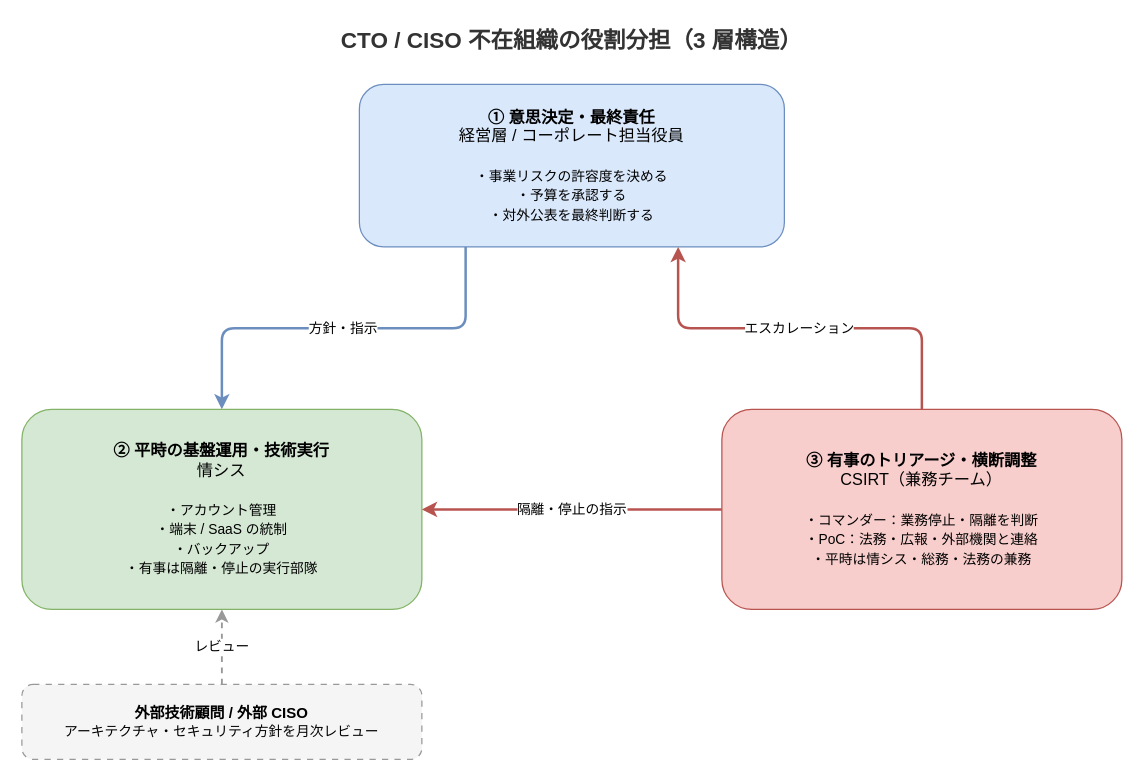
The draw.io diagram static/images/cto-absent-security-governance-layers.drawio in hdknr/blogs, before the edit. Source tidied: cells renumbered, new cells numbered last; positions are measured from the earlier drawing's top-left corner, leaving out a move shared by most shapes. Both pictures are drawn from the tidied source at 125%, with x=0, y=0 at pixel (21, 21).
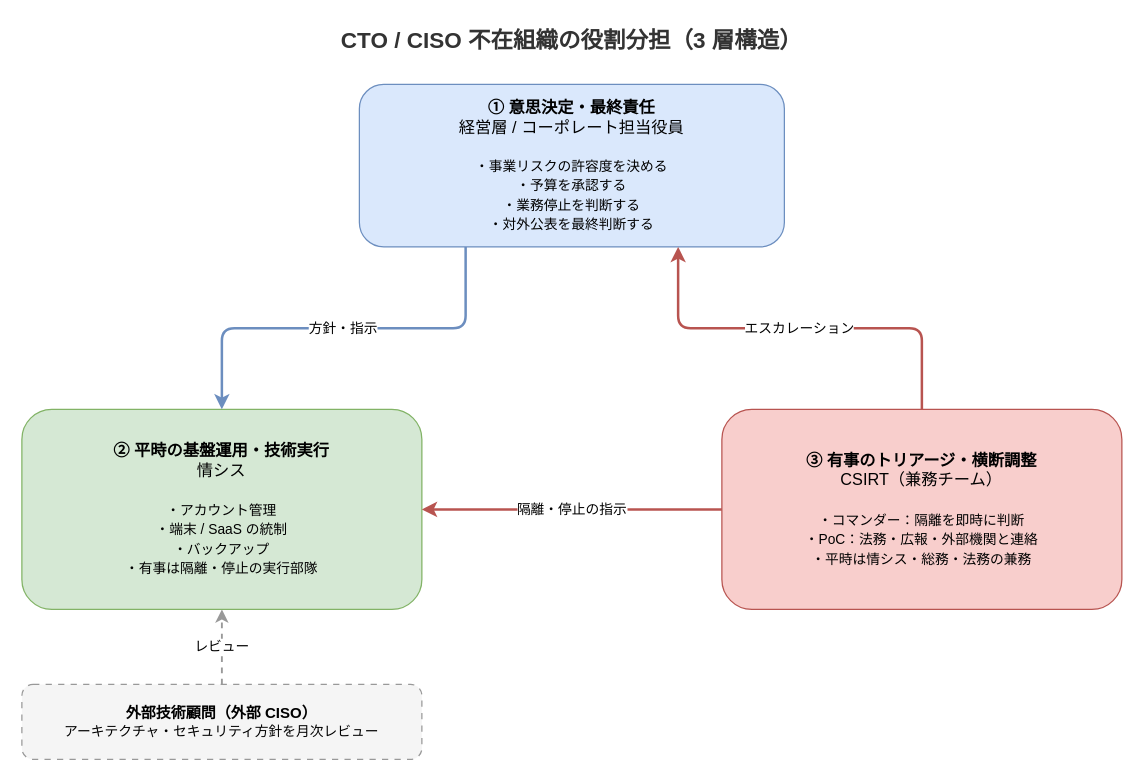
The same page after the edit.

Change to the diagram source:
```diff
@@
 <mxGraphModel>
   <root>
     <mxCell id="0" />
     <mxCell id="1" parent="0" />
     <mxCell id="2" value="CTO / CISO 不在組織の役割分担（3 層構造）" style="text;html=1;fontSize=18;fontStyle=1;align=center;verticalAlign=middle;whiteSpace=wrap;fontColor=#333333;" parent="1" vertex="1">
       <mxGeometry x="140" width="600" height="30" as="geometry" />
     </mxCell>
-    <mxCell id="3" value="&lt;b&gt;① 意思決定・最終責任&lt;/b&gt;&lt;br&gt;経営層 / コーポレート担当役員&lt;br&gt;&lt;br&gt;&lt;font style=&quot;font-size:11px&quot;&gt;・事業リスクの許容度を決める&lt;br&gt;・予算を承認する&lt;br&gt;・対外公表を最終判断する&lt;/font&gt;" style="rounded=1;whiteSpace=wrap;html=1;fillColor=#dae8fc;strokeColor=#6c8ebf;fontSize=13;align=center;verticalAlign=middle;" parent="1" vertex="1">
+    <mxCell id="3" value="&lt;b&gt;① 意思決定・最終責任&lt;/b&gt;&lt;br&gt;経営層 / コーポレート担当役員&lt;br&gt;&lt;br&gt;&lt;font style=&quot;font-size:11px&quot;&gt;・事業リスクの許容度を決める&lt;br&gt;・予算を承認する&lt;br&gt;・業務停止を判断する&lt;br&gt;・対外公表を最終判断する&lt;/font&gt;" style="rounded=1;whiteSpace=wrap;html=1;fillColor=#dae8fc;strokeColor=#6c8ebf;fontSize=13;align=center;verticalAlign=middle;" parent="1" vertex="1">
       <mxGeometry x="270" y="50" width="340" height="130" as="geometry" />
     </mxCell>
     <mxCell id="4" value="&lt;b&gt;② 平時の基盤運用・技術実行&lt;/b&gt;&lt;br&gt;情シス&lt;br&gt;&lt;br&gt;&lt;font style=&quot;font-size:11px&quot;&gt;・アカウント管理&lt;br&gt;・端末 / SaaS の統制&lt;br&gt;・バックアップ&lt;br&gt;・有事は隔離・停止の実行部隊&lt;/font&gt;" style="rounded=1;whiteSpace=wrap;html=1;fillColor=#d5e8d4;strokeColor=#82b366;fontSize=13;align=center;verticalAlign=middle;" parent="1" vertex="1">
       <mxGeometry y="310" width="320" height="160" as="geometry" />
     </mxCell>
-    <mxCell id="5" value="&lt;b&gt;③ 有事のトリアージ・横断調整&lt;/b&gt;&lt;br&gt;CSIRT（兼務チーム）&lt;br&gt;&lt;br&gt;&lt;font style=&quot;font-size:11px&quot;&gt;・コマンダー：業務停止・隔離を判断&lt;br&gt;・PoC：法務・広報・外部機関と連絡&lt;br&gt;・平時は情シス・総務・法務の兼務&lt;/font&gt;" style="rounded=1;whiteSpace=wrap;html=1;fillColor=#f8cecc;strokeColor=#b85450;fontSize=13;align=center;verticalAlign=middle;" parent="1" vertex="1">
+    <mxCell id="5" value="&lt;b&gt;③ 有事のトリアージ・横断調整&lt;/b&gt;&lt;br&gt;CSIRT（兼務チーム）&lt;br&gt;&lt;br&gt;&lt;font style=&quot;font-size:11px&quot;&gt;・コマンダー：隔離を即時に判断&lt;br&gt;・PoC：法務・広報・外部機関と連絡&lt;br&gt;・平時は情シス・総務・法務の兼務&lt;/font&gt;" style="rounded=1;whiteSpace=wrap;html=1;fillColor=#f8cecc;strokeColor=#b85450;fontSize=13;align=center;verticalAlign=middle;" parent="1" vertex="1">
       <mxGeometry x="560" y="310" width="320" height="160" as="geometry" />
     </mxCell>
-    <mxCell id="6" value="&lt;b&gt;外部技術顧問 / 外部 CISO&lt;/b&gt;&lt;br&gt;&lt;font style=&quot;font-size:11px&quot;&gt;アーキテクチャ・セキュリティ方針を月次レビュー&lt;/font&gt;" style="rounded=1;whiteSpace=wrap;html=1;fillColor=#f5f5f5;strokeColor=#999999;fontSize=12;dashed=1;dashPattern=5 5;" parent="1" vertex="1">
+    <mxCell id="6" value="&lt;b&gt;外部技術顧問（外部 CISO）&lt;/b&gt;&lt;br&gt;&lt;font style=&quot;font-size:11px&quot;&gt;アーキテクチャ・セキュリティ方針を月次レビュー&lt;/font&gt;" style="rounded=1;whiteSpace=wrap;html=1;fillColor=#f5f5f5;strokeColor=#999999;fontSize=12;dashed=1;dashPattern=5 5;" parent="1" vertex="1">
       <mxGeometry y="530" width="320" height="60" as="geometry" />
     </mxCell>
     <mxCell id="7" value="方針・指示" style="edgeStyle=orthogonalEdgeStyle;rounded=1;html=1;strokeColor=#6c8ebf;strokeWidth=2;fontSize=11;labelBackgroundColor=#ffffff;exitX=0.25;exitY=1;exitDx=0;exitDy=0;entryX=0.5;entryY=0;entryDx=0;entryDy=0;" parent="1" edge="1" source="3" target="4">
       <mxGeometry relative="1" as="geometry" />
     </mxCell>
     <mxCell id="8" value="エスカレーション" style="edgeStyle=orthogonalEdgeStyle;rounded=1;html=1;strokeColor=#b85450;strokeWidth=2;fontSize=11;labelBackgroundColor=#ffffff;exitX=0.5;exitY=0;exitDx=0;exitDy=0;entryX=0.75;entryY=1;entryDx=0;entryDy=0;" parent="1" edge="1" source="5" target="3">
       <mxGeometry relative="1" as="geometry" />
     </mxCell>
     <mxCell id="9" value="隔離・停止の指示" style="edgeStyle=orthogonalEdgeStyle;rounded=1;html=1;strokeColor=#b85450;strokeWidth=2;fontSize=11;labelBackgroundColor=#ffffff;exitX=0;exitY=0.5;exitDx=0;exitDy=0;entryX=1;entryY=0.5;entryDx=0;entryDy=0;" parent="1" edge="1" source="5" target="4">
       <mxGeometry relative="1" as="geometry" />
     </mxCell>
     <mxCell id="10" value="レビュー" style="edgeStyle=orthogonalEdgeStyle;rounded=1;html=1;strokeColor=#999999;strokeWidth=1.5;dashed=1;fontSize=11;labelBackgroundColor=#ffffff;exitX=0.5;exitY=0;exitDx=0;exitDy=0;entryX=0.5;entryY=1;entryDx=0;entryDy=0;" parent="1" edge="1" source="6" target="4">
       <mxGeometry relative="1" as="geometry" />
     </mxCell>
   </root>
 </mxGraphModel>
```
